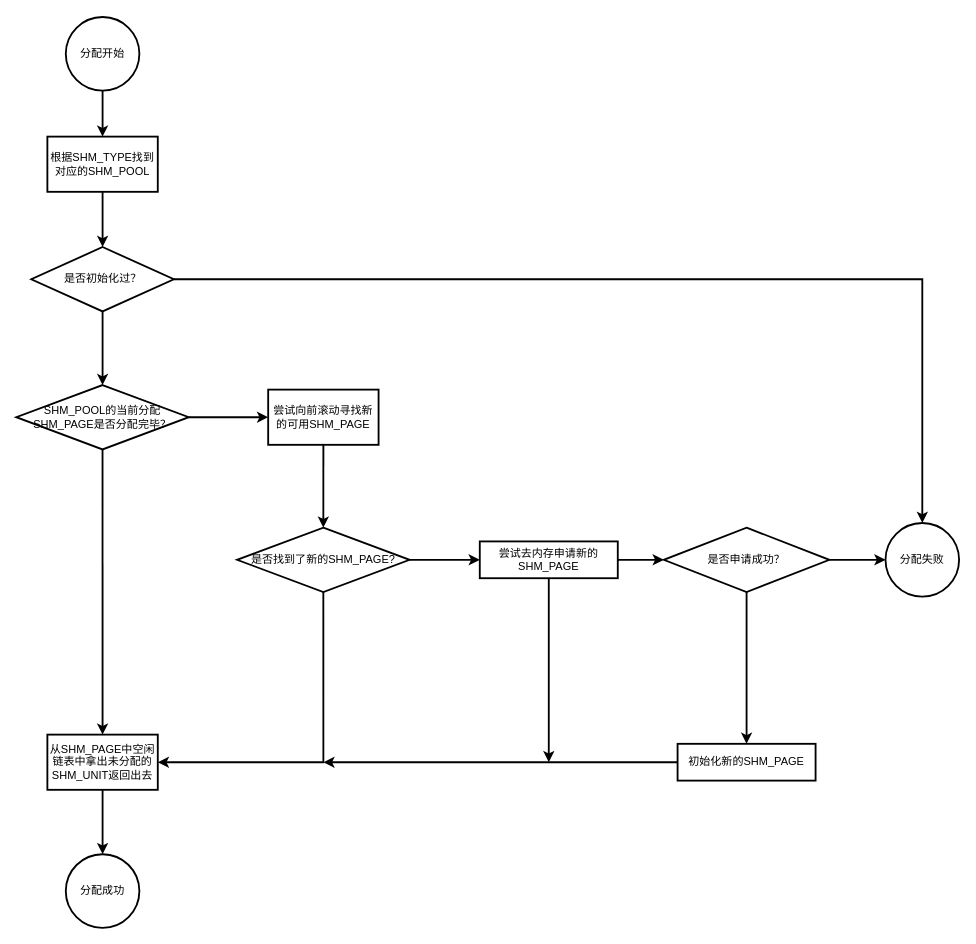
FAKERINHEART/draw_folder keeps this draw.io diagram as LCT3.drawio. Above is the earlier version. Source tidied: cells renumbered, new cells numbered last; positions are measured from the earlier drawing's top-left corner, leaving out a move shared by most shapes. Both pictures are drawn from the tidied source at 92%, with x=0, y=0 at pixel (16, 17).
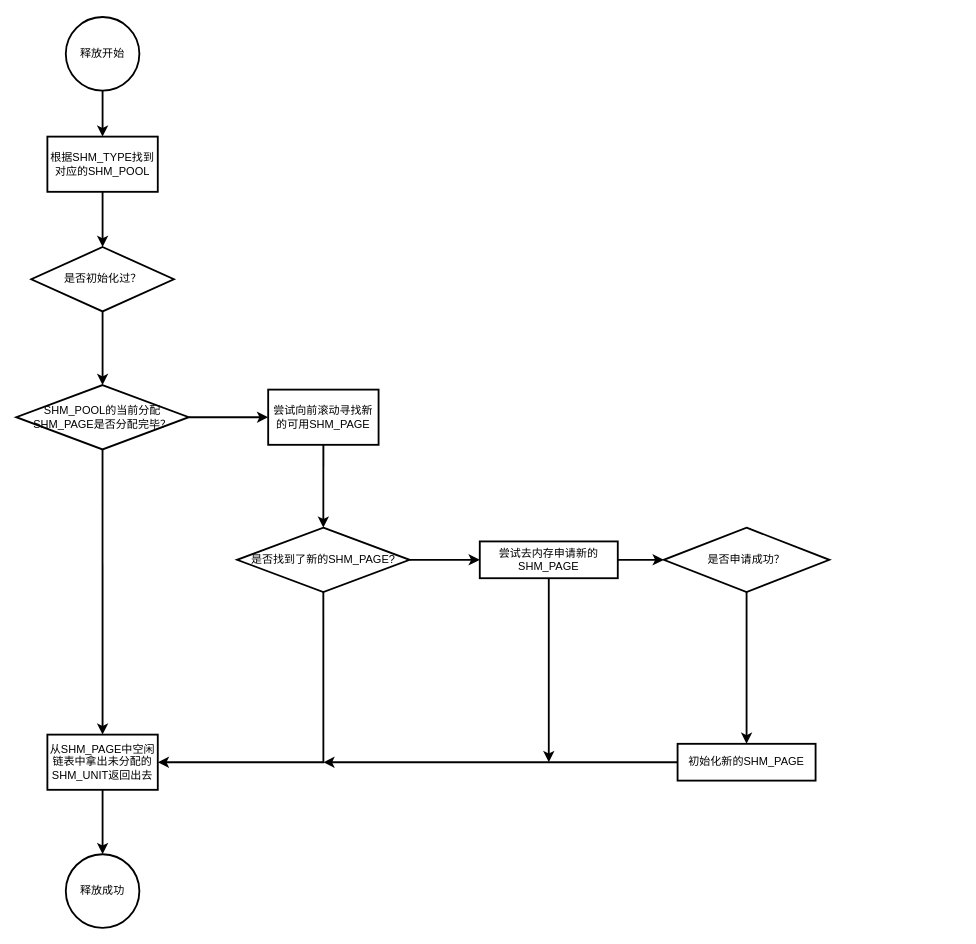
The same diagram, later.

The change refers to these unchanged cells:
```xml
<mxCell id="8" value="是否初始化过？" style="rhombus;whiteSpace=wrap;html=1;strokeWidth=2;" parent="1" vertex="1">
  <mxGeometry x="16.5" y="250" width="155" height="70" as="geometry" />
</mxCell>
<mxCell id="24" value="是否申请成功？" style="rhombus;whiteSpace=wrap;html=1;strokeWidth=2;" parent="1" vertex="1">
  <mxGeometry x="704" y="555" width="180" height="70" as="geometry" />
</mxCell>
```

Change to the diagram source:
```diff
@@
-    <mxCell id="3" value="分配开始" style="ellipse;whiteSpace=wrap;html=1;strokeWidth=2;" parent="1" vertex="1">
+    <mxCell id="3" value="释放开始" style="ellipse;whiteSpace=wrap;html=1;strokeWidth=2;" parent="1" vertex="1">
       <mxGeometry x="54" width="80" height="80" as="geometry" />
     </mxCell>
@@
-    <mxCell id="6" style="edgeStyle=orthogonalEdgeStyle;rounded=0;jettySize=auto;html=1;exitX=1;exitY=0.5;exitDx=0;exitDy=0;strokeWidth=2;" parent="1" edge="1" source="8" target="10">
-      <mxGeometry relative="1" as="geometry">
-        <Array as="points">
-          <mxPoint x="985" y="285" />
-        </Array>
-      </mxGeometry>
-    </mxCell>
@@
-    <mxCell id="9" value="分配成功" style="ellipse;whiteSpace=wrap;html=1;strokeWidth=2;align=center;" parent="1" vertex="1">
+    <mxCell id="9" value="释放成功" style="ellipse;whiteSpace=wrap;html=1;strokeWidth=2;align=center;" parent="1" vertex="1">
       <mxGeometry x="54" y="910" width="80" height="80" as="geometry" />
     </mxCell>
-    <mxCell id="10" value="分配失败" style="ellipse;whiteSpace=wrap;html=1;strokeWidth=2;align=center;" parent="1" vertex="1">
-      <mxGeometry x="945" y="550" width="80" height="80" as="geometry" />
-    </mxCell>
@@
-    <mxCell id="22" style="edgeStyle=orthogonalEdgeStyle;rounded=0;jettySize=auto;html=1;entryX=0;entryY=0.5;entryDx=0;entryDy=0;strokeWidth=2;" parent="1" edge="1" source="24" target="10">
-      <mxGeometry relative="1" as="geometry" />
-    </mxCell>
```
